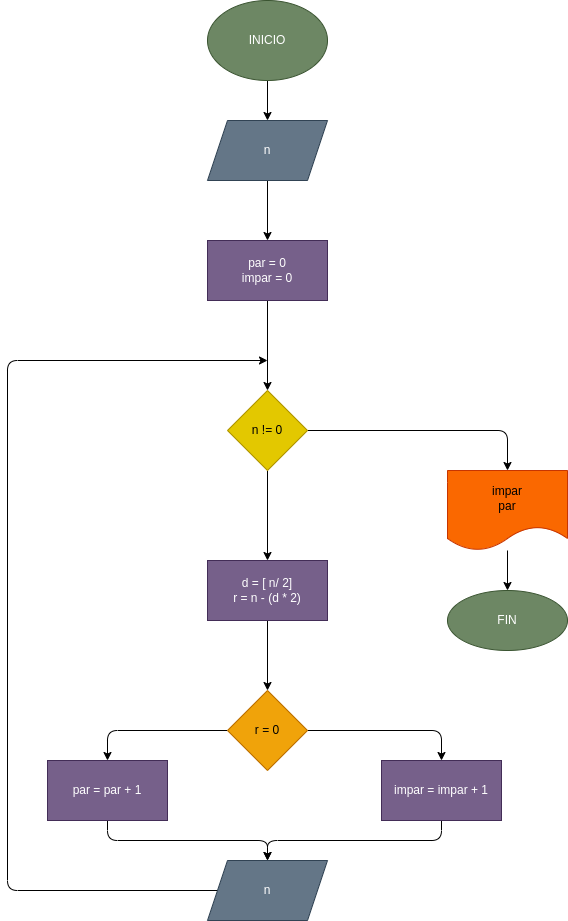
Above: ejercicio-2/ejercicio-2.png in TomasCv0628/ejercicio-2-centinela (draw.io), before the change. Source tidied: cells renumbered, new cells last; positions are measured from the earlier drawing's top-left corner, leaving out a move shared by most shapes.
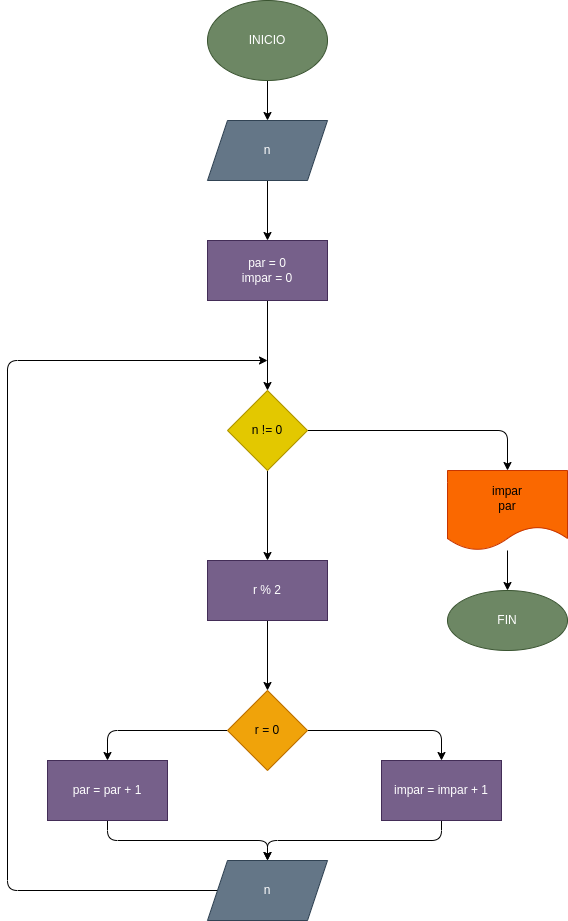
Above is the later version.

Commit message:
Desarrollo ejercicio-2 centinela. Diagrama y codigo. TommasCv0628

The edit, as a diff of the source:
```diff
@@ -36,7 +36,7 @@
     <mxCell id="11" style="edgeStyle=none;html=1;" parent="1" edge="1" source="12" target="15">
       <mxGeometry relative="1" as="geometry" />
     </mxCell>
-    <mxCell id="12" value="d = [ n/ 2]&lt;br&gt;r = n - (d * 2)" style="whiteSpace=wrap;html=1;fillColor=#76608a;fontColor=#ffffff;strokeColor=#432D57;" parent="1" vertex="1">
+    <mxCell id="12" value="r % 2" style="whiteSpace=wrap;html=1;fillColor=#76608a;fontColor=#ffffff;strokeColor=#432D57;" parent="1" vertex="1">
       <mxGeometry x="200" y="560" width="120" height="60" as="geometry" />
     </mxCell>
     <mxCell id="13" style="edgeStyle=none;html=1;" parent="1" edge="1" source="15" target="17">
```
